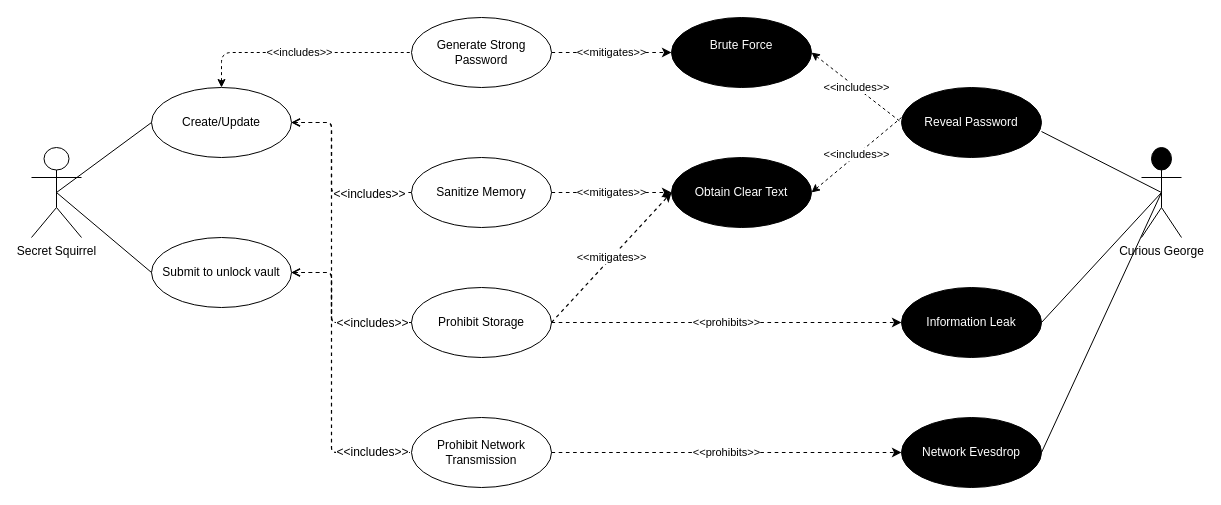
The draw.io diagram page "Master Password" (1 of 5) of Images/Use Cases.drawio in sdfrench/CYBR8420-GotRoot, before the edit. Source tidied: cells renumbered, new cells numbered last; positions are measured from the earlier drawing's top-left corner, leaving out a move shared by most shapes. Both pictures are drawn from the tidied source at 100%, with x=0, y=0 at pixel (31, 17).
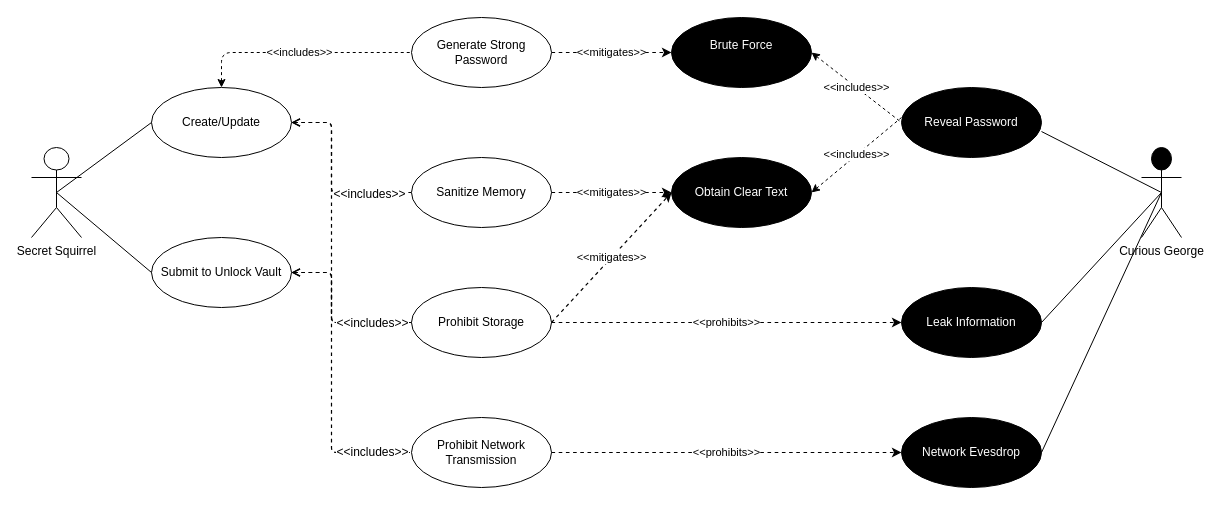
The same page after the edit.

What changed in the source:
```diff
@@
-    <mxCell id="7" value="Information Leak" style="ellipse;whiteSpace=wrap;html=1;fillColor=#000000;fontColor=#FFFFFF;" parent="1" vertex="1">
+    <mxCell id="7" value="Leak Information" style="ellipse;whiteSpace=wrap;html=1;fillColor=#000000;fontColor=#FFFFFF;" parent="1" vertex="1">
       <mxGeometry x="870" y="270" width="140" height="70" as="geometry" />
     </mxCell>
@@
-    <mxCell id="9" value="Submit to unlock vault" style="ellipse;whiteSpace=wrap;html=1;" parent="1" vertex="1">
+    <mxCell id="9" value="Submit to Unlock Vault" style="ellipse;whiteSpace=wrap;html=1;" parent="1" vertex="1">
       <mxGeometry x="120" y="220" width="140" height="70" as="geometry" />
     </mxCell>
```
